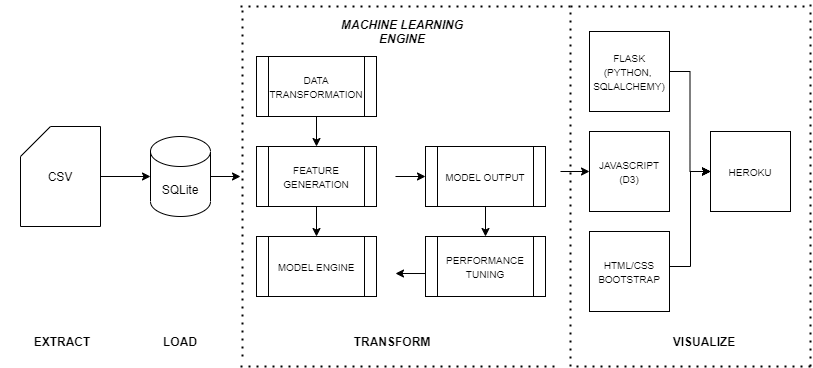
uvineet53/optum_22 keeps this draw.io diagram as static/images/ml_architecture.png. Above is the earlier version. Source tidied: cells renumbered, new cells last; positions are measured from the earlier drawing's top-left corner, leaving out a move shared by most shapes. Its diagram source:
```xml
<mxGraphModel>
  <root>
    <mxCell id="0" />
    <mxCell id="1" parent="0" />
    <mxCell id="2" style="edgeStyle=orthogonalEdgeStyle;rounded=0;jettySize=auto;html=1;exitX=1;exitY=0.5;exitDx=0;exitDy=0;exitPerimeter=0;entryX=0;entryY=0.5;entryDx=0;entryDy=0;entryPerimeter=0;fontSize=10;" parent="1" edge="1" source="3" target="5">
      <mxGeometry relative="1" as="geometry" />
    </mxCell>
    <mxCell id="3" value="CSV" style="shape=card;whiteSpace=wrap;html=1;" parent="1" vertex="1">
      <mxGeometry x="20" y="125" width="80" height="100" as="geometry" />
    </mxCell>
    <mxCell id="4" style="edgeStyle=orthogonalEdgeStyle;rounded=0;jettySize=auto;html=1;exitX=1;exitY=0.5;exitDx=0;exitDy=0;exitPerimeter=0;fontSize=10;" parent="1" edge="1" source="5">
      <mxGeometry relative="1" as="geometry">
        <mxPoint x="240" y="175" as="targetPoint" />
      </mxGeometry>
    </mxCell>
    <mxCell id="5" value="SQLite" style="shape=cylinder3;whiteSpace=wrap;html=1;boundedLbl=1;backgroundOutline=1;size=15;" parent="1" vertex="1">
      <mxGeometry x="150" y="135" width="60" height="80" as="geometry" />
    </mxCell>
    <mxCell id="6" style="edgeStyle=orthogonalEdgeStyle;rounded=0;jettySize=auto;html=1;exitX=1;exitY=0.5;exitDx=0;exitDy=0;entryX=0;entryY=0.5;entryDx=0;entryDy=0;fontSize=12;" parent="1" edge="1" source="7" target="11">
      <mxGeometry relative="1" as="geometry" />
    </mxCell>
    <mxCell id="7" value="&lt;font style=&quot;font-size: 10px&quot;&gt;FLASK&lt;br&gt;(PYTHON,&amp;nbsp;&lt;br&gt;SQLALCHEMY)&lt;/font&gt;" style="whiteSpace=wrap;html=1;" parent="1" vertex="1">
      <mxGeometry x="589" y="30" width="80" height="80" as="geometry" />
    </mxCell>
    <mxCell id="8" style="edgeStyle=orthogonalEdgeStyle;rounded=0;jettySize=auto;html=1;fontSize=12;" parent="1" edge="1" target="11">
      <mxGeometry relative="1" as="geometry">
        <mxPoint x="690" y="170" as="sourcePoint" />
      </mxGeometry>
    </mxCell>
    <mxCell id="9" value="&lt;span style=&quot;font-size: 10px&quot;&gt;JAVASCRIPT&lt;br&gt;(D3)&lt;br&gt;&lt;/span&gt;" style="whiteSpace=wrap;html=1;" parent="1" vertex="1">
      <mxGeometry x="589" y="130" width="80" height="80" as="geometry" />
    </mxCell>
    <mxCell id="10" value="&lt;span style=&quot;font-size: 10px&quot;&gt;HTML/CSS&lt;br&gt;BOOTSTRAP&lt;br&gt;&lt;/span&gt;" style="whiteSpace=wrap;html=1;" parent="1" vertex="1">
      <mxGeometry x="589" y="230" width="80" height="80" as="geometry" />
    </mxCell>
    <mxCell id="11" value="&lt;span style=&quot;font-size: 10px&quot;&gt;HEROKU&lt;br&gt;&lt;/span&gt;" style="whiteSpace=wrap;html=1;" parent="1" vertex="1">
      <mxGeometry x="710" y="130" width="80" height="80" as="geometry" />
    </mxCell>
    <mxCell id="12" value="&lt;font style=&quot;font-size: 10px&quot;&gt;DATA TRANSFORMATION&lt;/font&gt;" style="shape=process;whiteSpace=wrap;html=1;backgroundOutline=1;" parent="1" vertex="1">
      <mxGeometry x="256" y="55" width="120" height="60" as="geometry" />
    </mxCell>
    <mxCell id="13" value="&lt;font style=&quot;font-size: 10px&quot;&gt;FEATURE GENERATION&lt;/font&gt;" style="shape=process;whiteSpace=wrap;html=1;backgroundOutline=1;" parent="1" vertex="1">
      <mxGeometry x="256" y="145" width="120" height="60" as="geometry" />
    </mxCell>
    <mxCell id="14" value="&lt;font style=&quot;font-size: 10px&quot;&gt;MODEL ENGINE&lt;/font&gt;" style="shape=process;whiteSpace=wrap;html=1;backgroundOutline=1;" parent="1" vertex="1">
      <mxGeometry x="256" y="235" width="120" height="60" as="geometry" />
    </mxCell>
    <mxCell id="15" value="&lt;font style=&quot;font-size: 10px&quot;&gt;MODEL OUTPUT&lt;/font&gt;" style="shape=process;whiteSpace=wrap;html=1;backgroundOutline=1;" parent="1" vertex="1">
      <mxGeometry x="425" y="145" width="120" height="60" as="geometry" />
    </mxCell>
    <mxCell id="16" value="&lt;font style=&quot;font-size: 10px&quot;&gt;PERFORMANCE TUNING&lt;/font&gt;" style="shape=process;whiteSpace=wrap;html=1;backgroundOutline=1;" parent="1" vertex="1">
      <mxGeometry x="425" y="235" width="120" height="60" as="geometry" />
    </mxCell>
    <mxCell id="17" style="endArrow=classic;html=1;rounded=0;fontSize=10;exitX=0.5;exitY=1;exitDx=0;exitDy=0;" parent="1" edge="1" source="12" target="13">
      <mxGeometry relative="1" as="geometry" />
    </mxCell>
    <mxCell id="18" style="endArrow=classic;html=1;rounded=0;fontSize=10;exitX=0.5;exitY=1;exitDx=0;exitDy=0;" parent="1" edge="1" source="13" target="14">
      <mxGeometry relative="1" as="geometry" />
    </mxCell>
    <mxCell id="19" style="endArrow=classic;html=1;rounded=0;fontSize=10;entryX=0;entryY=0.5;entryDx=0;entryDy=0;" parent="1" edge="1" target="15">
      <mxGeometry relative="1" as="geometry">
        <mxPoint x="395" y="175" as="sourcePoint" />
      </mxGeometry>
    </mxCell>
    <mxCell id="20" style="endArrow=classic;html=1;rounded=0;fontSize=10;exitX=0.5;exitY=1;exitDx=0;exitDy=0;entryX=0.5;entryY=0;entryDx=0;entryDy=0;" parent="1" edge="1" source="15" target="16">
      <mxGeometry relative="1" as="geometry" />
    </mxCell>
    <mxCell id="21" style="endArrow=classic;html=1;rounded=0;fontSize=10;exitX=0;exitY=0.617;exitDx=0;exitDy=0;exitPerimeter=0;" parent="1" edge="1" source="16">
      <mxGeometry relative="1" as="geometry">
        <mxPoint x="395" y="272" as="targetPoint" />
      </mxGeometry>
    </mxCell>
    <mxCell id="22" value="&lt;font style=&quot;font-size: 12px&quot;&gt;&lt;b&gt;&lt;i&gt;MACHINE LEARNING ENGINE&lt;/i&gt;&lt;/b&gt;&lt;/font&gt;" style="text;html=1;strokeColor=none;fillColor=none;align=center;verticalAlign=middle;whiteSpace=wrap;rounded=0;fontSize=10;" parent="1" vertex="1">
      <mxGeometry x="340" y="15" width="124" height="30" as="geometry" />
    </mxCell>
    <mxCell id="23" value="&lt;font style=&quot;font-size: 12px&quot;&gt;&lt;b&gt;VISUALIZE&lt;/b&gt;&lt;/font&gt;" style="text;html=1;strokeColor=none;fillColor=none;align=center;verticalAlign=middle;whiteSpace=wrap;rounded=0;fontSize=10;" parent="1" vertex="1">
      <mxGeometry x="642" y="325" width="124" height="30" as="geometry" />
    </mxCell>
    <mxCell id="24" value="&lt;font style=&quot;font-size: 12px&quot;&gt;&lt;b&gt;EXTRACT&lt;/b&gt;&lt;/font&gt;" style="text;html=1;strokeColor=none;fillColor=none;align=center;verticalAlign=middle;whiteSpace=wrap;rounded=0;fontSize=10;" parent="1" vertex="1">
      <mxGeometry y="325" width="124" height="30" as="geometry" />
    </mxCell>
    <mxCell id="25" value="&lt;font style=&quot;font-size: 12px&quot;&gt;&lt;b&gt;LOAD&lt;/b&gt;&lt;/font&gt;" style="text;html=1;strokeColor=none;fillColor=none;align=center;verticalAlign=middle;whiteSpace=wrap;rounded=0;fontSize=10;" parent="1" vertex="1">
      <mxGeometry x="118" y="325" width="124" height="30" as="geometry" />
    </mxCell>
    <mxCell id="26" value="&lt;font style=&quot;font-size: 12px&quot;&gt;&lt;b&gt;TRANSFORM&lt;/b&gt;&lt;/font&gt;" style="text;html=1;strokeColor=none;fillColor=none;align=center;verticalAlign=middle;whiteSpace=wrap;rounded=0;fontSize=10;" parent="1" vertex="1">
      <mxGeometry x="330" y="325" width="124" height="30" as="geometry" />
    </mxCell>
    <mxCell id="27" style="endArrow=none;dashed=1;html=1;dashPattern=1 3;strokeWidth=2;rounded=0;fontSize=12;" parent="1" edge="1">
      <mxGeometry relative="1" as="geometry">
        <mxPoint x="570" y="365" as="sourcePoint" />
        <mxPoint x="570" y="5" as="targetPoint" />
      </mxGeometry>
    </mxCell>
    <mxCell id="28" style="endArrow=none;dashed=1;html=1;dashPattern=1 3;strokeWidth=2;rounded=0;fontSize=12;" parent="1" edge="1">
      <mxGeometry relative="1" as="geometry">
        <mxPoint x="810" y="365" as="sourcePoint" />
        <mxPoint x="810" as="targetPoint" />
      </mxGeometry>
    </mxCell>
    <mxCell id="29" style="endArrow=none;dashed=1;html=1;dashPattern=1 3;strokeWidth=2;rounded=0;fontSize=12;" parent="1" edge="1">
      <mxGeometry relative="1" as="geometry">
        <mxPoint x="810" y="365" as="sourcePoint" />
        <mxPoint x="570" y="365" as="targetPoint" />
      </mxGeometry>
    </mxCell>
    <mxCell id="30" style="endArrow=none;dashed=1;html=1;dashPattern=1 3;strokeWidth=2;rounded=0;fontSize=12;" parent="1" edge="1">
      <mxGeometry relative="1" as="geometry">
        <mxPoint x="570" y="5" as="sourcePoint" />
        <mxPoint x="810" y="5" as="targetPoint" />
      </mxGeometry>
    </mxCell>
    <mxCell id="31" style="endArrow=classic;html=1;rounded=0;fontSize=12;entryX=0;entryY=0.5;entryDx=0;entryDy=0;" parent="1" edge="1" target="9">
      <mxGeometry relative="1" as="geometry">
        <mxPoint x="560" y="170" as="sourcePoint" />
      </mxGeometry>
    </mxCell>
    <mxCell id="32" style="endArrow=classic;html=1;rounded=0;fontSize=12;entryX=0;entryY=0.5;entryDx=0;entryDy=0;" parent="1" edge="1" target="11">
      <mxGeometry relative="1" as="geometry">
        <mxPoint x="690" y="170" as="sourcePoint" />
      </mxGeometry>
    </mxCell>
    <mxCell id="33" style="endArrow=classic;html=1;rounded=0;fontSize=12;entryX=0;entryY=0.5;entryDx=0;entryDy=0;" parent="1" edge="1" target="11">
      <mxGeometry relative="1" as="geometry">
        <mxPoint x="669" y="265" as="sourcePoint" />
        <Array as="points">
          <mxPoint x="690" y="265" />
          <mxPoint x="690" y="170" />
        </Array>
      </mxGeometry>
    </mxCell>
    <mxCell id="34" style="endArrow=none;dashed=1;html=1;dashPattern=1 3;strokeWidth=2;rounded=0;fontSize=12;exitX=1;exitY=1;exitDx=0;exitDy=0;" parent="1" edge="1" source="25">
      <mxGeometry relative="1" as="geometry">
        <mxPoint x="242" y="5" as="targetPoint" />
      </mxGeometry>
    </mxCell>
    <mxCell id="35" style="endArrow=none;dashed=1;html=1;dashPattern=1 3;strokeWidth=2;rounded=0;fontSize=12;" parent="1" edge="1">
      <mxGeometry relative="1" as="geometry">
        <mxPoint x="240" y="365" as="sourcePoint" />
        <mxPoint x="560" y="365" as="targetPoint" />
      </mxGeometry>
    </mxCell>
    <mxCell id="36" style="endArrow=none;dashed=1;html=1;dashPattern=1 3;strokeWidth=2;rounded=0;fontSize=12;" parent="1" edge="1">
      <mxGeometry relative="1" as="geometry">
        <mxPoint x="240" y="5" as="sourcePoint" />
        <mxPoint x="570" y="5" as="targetPoint" />
      </mxGeometry>
    </mxCell>
  </root>
</mxGraphModel>
```
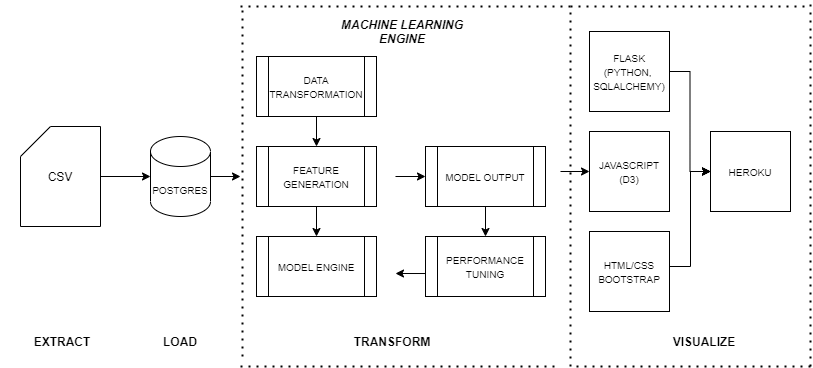
After the change.

Commit message:
update ml_architecture diagram

The edit, as a diff of the source:
```diff
@@ -13,7 +13,7 @@
         <mxPoint x="240" y="175" as="targetPoint" />
       </mxGeometry>
     </mxCell>
-    <mxCell id="5" value="SQLite" style="shape=cylinder3;whiteSpace=wrap;html=1;boundedLbl=1;backgroundOutline=1;size=15;" parent="1" vertex="1">
+    <mxCell id="5" value="&lt;font style=&quot;font-size: 10px&quot;&gt;POSTGRES&lt;/font&gt;" style="shape=cylinder3;whiteSpace=wrap;html=1;boundedLbl=1;backgroundOutline=1;size=15;" parent="1" vertex="1">
       <mxGeometry x="150" y="135" width="60" height="80" as="geometry" />
     </mxCell>
     <mxCell id="6" style="edgeStyle=orthogonalEdgeStyle;rounded=0;jettySize=auto;html=1;exitX=1;exitY=0.5;exitDx=0;exitDy=0;entryX=0;entryY=0.5;entryDx=0;entryDy=0;fontSize=12;" parent="1" edge="1" source="7" target="11">
```
